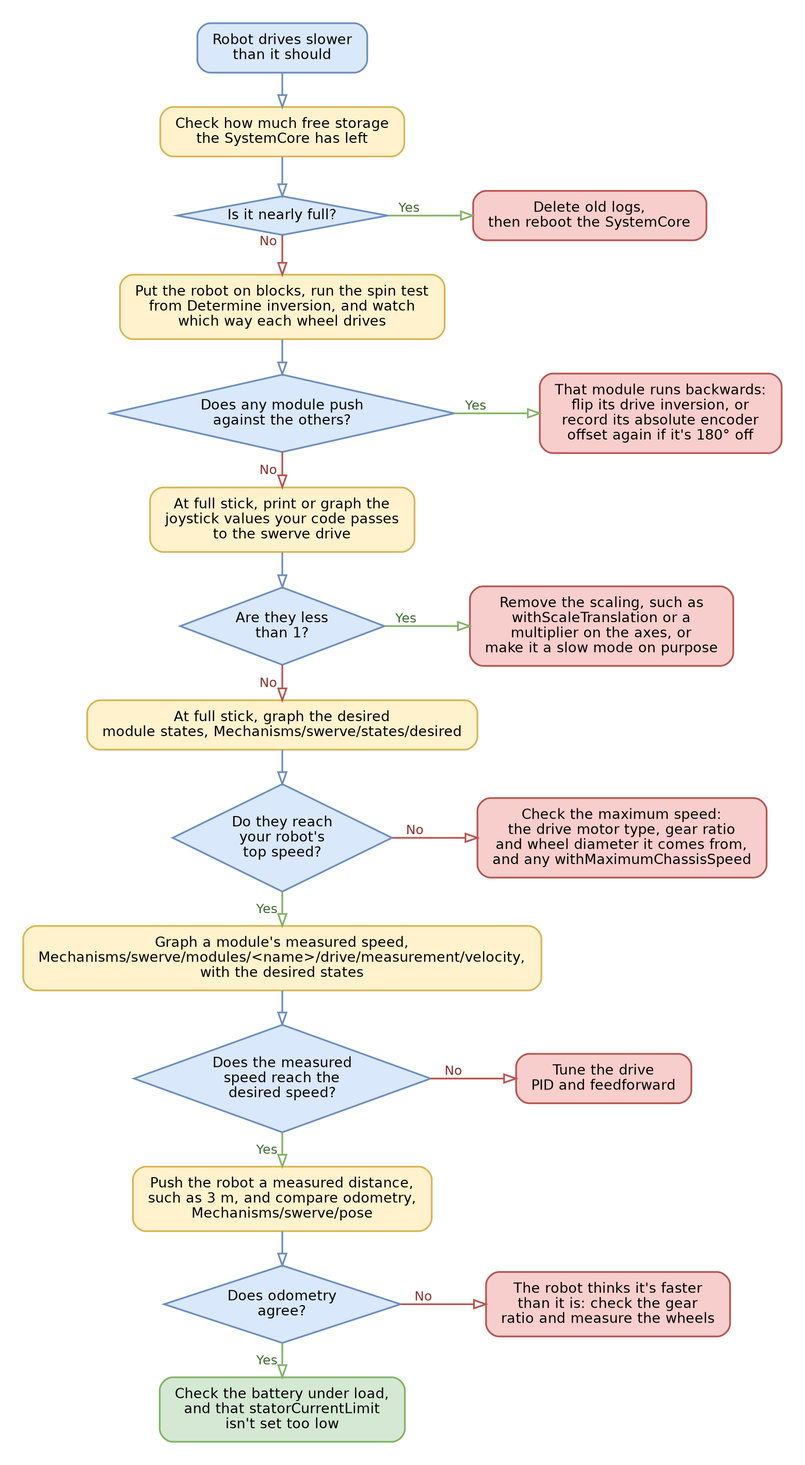
Before: .gitbook/assets/yagsl-flowchart-slow.png, a diagram exported from Graphviz (Yet-Another-Software-Suite/YAGSL-gitbook). Its source is kept beside it as .gitbook/assets/yagsl-flowchart-slow.dot.
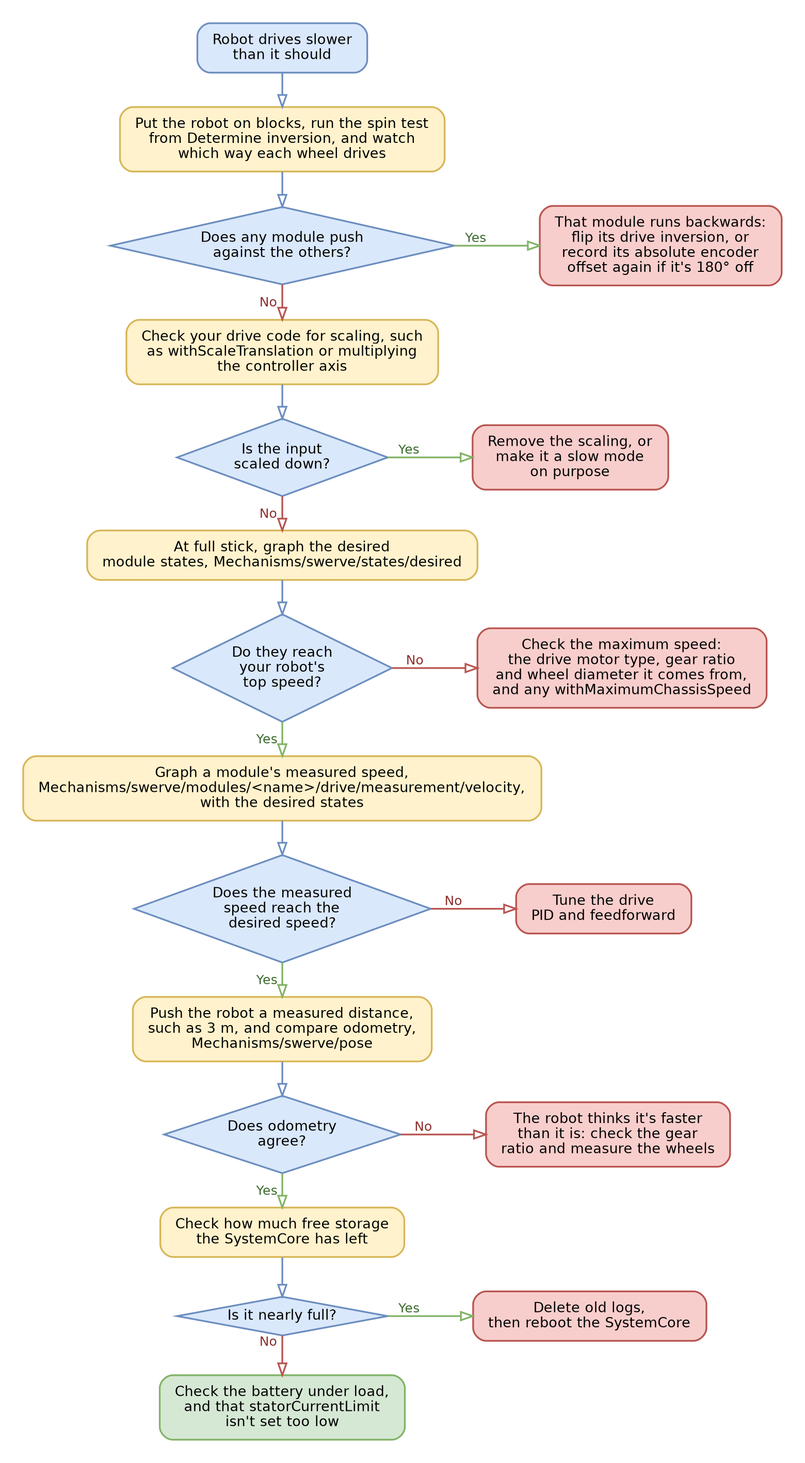
Later version of the same file.

Commit message:
Flowcharts: storage last for a slow robot, simpler scaling check, loop overruns at startup are normal, locations in inches, encoder too far from the magnet, drive-straight check is for angle gearing

Diff of the diagram source:
```diff
@@ -4,48 +4,48 @@
   edge  [fontname="DejaVu Sans", fontsize=12, penwidth=1.6, arrowhead=onormal, arrowsize=1.1];
   graph [nodesep=1.1];
   s [label="Robot drives slower\nthan it should", shape=box, style="rounded,filled", fillcolor="#dae8fc", color="#6c8ebf"];
-  h1 [label="Check how much free storage\nthe SystemCore has left", shape=box, style="rounded,filled", fillcolor="#fff2cc", color="#d6b656"];
-  q1 [label="Is it nearly full?", shape=diamond, style=filled, fillcolor="#dae8fc", color="#6c8ebf", margin="0.05,0.05"];
-  f1 [label="Delete old logs,\nthen reboot the SystemCore", shape=box, style="rounded,filled", fillcolor="#f8cecc", color="#b85450"];
+  h1 [label="Put the robot on blocks, run the spin test\nfrom Determine inversion, and watch\nwhich way each wheel drives", shape=box, style="rounded,filled", fillcolor="#fff2cc", color="#d6b656"];
+  q1 [label="Does any module push\nagainst the others?", shape=diamond, style=filled, fillcolor="#dae8fc", color="#6c8ebf", margin="0.05,0.05"];
+  f1 [label="That module runs backwards:\nflip its drive inversion, or\nrecord its absolute encoder\noffset again if it's 180° off", shape=box, style="rounded,filled", fillcolor="#f8cecc", color="#b85450"];
   {rank=same; q1; f1;}
   s -> h1 [color="#6c8ebf", weight=10];
   h1 -> q1 [color="#6c8ebf", weight=10];
   q1 -> f1 [xlabel=" Yes ", color="#82b366", fontcolor="#3d6b2f"];
   q1 -> h2 [xlabel=" No ", color="#b85450", fontcolor="#8c2f2b", weight=10];
-  h2 [label="Put the robot on blocks, run the spin test\nfrom Determine inversion, and watch\nwhich way each wheel drives", shape=box, style="rounded,filled", fillcolor="#fff2cc", color="#d6b656"];
-  q2 [label="Does any module push\nagainst the others?", shape=diamond, style=filled, fillcolor="#dae8fc", color="#6c8ebf", margin="0.05,0.05"];
-  f2 [label="That module runs backwards:\nflip its drive inversion, or\nrecord its absolute encoder\noffset again if it's 180° off", shape=box, style="rounded,filled", fillcolor="#f8cecc", color="#b85450"];
+  h2 [label="Check your drive code for scaling, such\nas withScaleTranslation or multiplying\nthe controller axis", shape=box, style="rounded,filled", fillcolor="#fff2cc", color="#d6b656"];
+  q2 [label="Is the input\nscaled down?", shape=diamond, style=filled, fillcolor="#dae8fc", color="#6c8ebf", margin="0.05,0.05"];
+  f2 [label="Remove the scaling, or\nmake it a slow mode\non purpose", shape=box, style="rounded,filled", fillcolor="#f8cecc", color="#b85450"];
   {rank=same; q2; f2;}
   h2 -> q2 [color="#6c8ebf", weight=10];
   q2 -> f2 [xlabel=" Yes ", color="#82b366", fontcolor="#3d6b2f"];
   q2 -> h3 [xlabel=" No ", color="#b85450", fontcolor="#8c2f2b", weight=10];
-  h3 [label="At full stick, print or graph the\njoystick values your code passes\nto the swerve drive", shape=box, style="rounded,filled", fillcolor="#fff2cc", color="#d6b656"];
-  q3 [label="Are they less\nthan 1?", shape=diamond, style=filled, fillcolor="#dae8fc", color="#6c8ebf", margin="0.05,0.05"];
-  f3 [label="Remove the scaling, such as\nwithScaleTranslation or a\nmultiplier on the axes, or\nmake it a slow mode on purpose", shape=box, style="rounded,filled", fillcolor="#f8cecc", color="#b85450"];
+  h3 [label="At full stick, graph the desired\nmodule states, Mechanisms/swerve/states/desired", shape=box, style="rounded,filled", fillcolor="#fff2cc", color="#d6b656"];
+  q3 [label="Do they reach\nyour robot's\ntop speed?", shape=diamond, style=filled, fillcolor="#dae8fc", color="#6c8ebf", margin="0.05,0.05"];
+  f3 [label="Check the maximum speed:\nthe drive motor type, gear ratio\nand wheel diameter it comes from,\nand any withMaximumChassisSpeed", shape=box, style="rounded,filled", fillcolor="#f8cecc", color="#b85450"];
   {rank=same; q3; f3;}
   h3 -> q3 [color="#6c8ebf", weight=10];
-  q3 -> f3 [xlabel=" Yes ", color="#82b366", fontcolor="#3d6b2f"];
-  q3 -> h4 [xlabel=" No ", color="#b85450", fontcolor="#8c2f2b", weight=10];
-  h4 [label="At full stick, graph the desired\nmodule states, Mechanisms/swerve/states/desired", shape=box, style="rounded,filled", fillcolor="#fff2cc", color="#d6b656"];
-  q4 [label="Do they reach\nyour robot's\ntop speed?", shape=diamond, style=filled, fillcolor="#dae8fc", color="#6c8ebf", margin="0.05,0.05"];
-  f4 [label="Check the maximum speed:\nthe drive motor type, gear ratio\nand wheel diameter it comes from,\nand any withMaximumChassisSpeed", shape=box, style="rounded,filled", fillcolor="#f8cecc", color="#b85450"];
+  q3 -> f3 [xlabel=" No ", color="#b85450", fontcolor="#8c2f2b"];
+  q3 -> h4 [xlabel=" Yes ", color="#82b366", fontcolor="#3d6b2f", weight=10];
+  h4 [label="Graph a module's measured speed,\nMechanisms/swerve/modules/<name>/drive/measurement/velocity,\nwith the desired states", shape=box, style="rounded,filled", fillcolor="#fff2cc", color="#d6b656"];
+  q4 [label="Does the measured\nspeed reach the\ndesired speed?", shape=diamond, style=filled, fillcolor="#dae8fc", color="#6c8ebf", margin="0.05,0.05"];
+  f4 [label="Tune the drive\nPID and feedforward", shape=box, style="rounded,filled", fillcolor="#f8cecc", color="#b85450"];
   {rank=same; q4; f4;}
   h4 -> q4 [color="#6c8ebf", weight=10];
   q4 -> f4 [xlabel=" No ", color="#b85450", fontcolor="#8c2f2b"];
   q4 -> h5 [xlabel=" Yes ", color="#82b366", fontcolor="#3d6b2f", weight=10];
-  h5 [label="Graph a module's measured speed,\nMechanisms/swerve/modules/<name>/drive/measurement/velocity,\nwith the desired states", shape=box, style="rounded,filled", fillcolor="#fff2cc", color="#d6b656"];
-  q5 [label="Does the measured\nspeed reach the\ndesired speed?", shape=diamond, style=filled, fillcolor="#dae8fc", color="#6c8ebf", margin="0.05,0.05"];
-  f5 [label="Tune the drive\nPID and feedforward", shape=box, style="rounded,filled", fillcolor="#f8cecc", color="#b85450"];
+  h5 [label="Push the robot a measured distance,\nsuch as 3 m, and compare odometry,\nMechanisms/swerve/pose", shape=box, style="rounded,filled", fillcolor="#fff2cc", color="#d6b656"];
+  q5 [label="Does odometry\nagree?", shape=diamond, style=filled, fillcolor="#dae8fc", color="#6c8ebf", margin="0.05,0.05"];
+  f5 [label="The robot thinks it's faster\nthan it is: check the gear\nratio and measure the wheels", shape=box, style="rounded,filled", fillcolor="#f8cecc", color="#b85450"];
   {rank=same; q5; f5;}
   h5 -> q5 [color="#6c8ebf", weight=10];
   q5 -> f5 [xlabel=" No ", color="#b85450", fontcolor="#8c2f2b"];
   q5 -> h6 [xlabel=" Yes ", color="#82b366", fontcolor="#3d6b2f", weight=10];
-  h6 [label="Push the robot a measured distance,\nsuch as 3 m, and compare odometry,\nMechanisms/swerve/pose", shape=box, style="rounded,filled", fillcolor="#fff2cc", color="#d6b656"];
-  q6 [label="Does odometry\nagree?", shape=diamond, style=filled, fillcolor="#dae8fc", color="#6c8ebf", margin="0.05,0.05"];
-  f6 [label="The robot thinks it's faster\nthan it is: check the gear\nratio and measure the wheels", shape=box, style="rounded,filled", fillcolor="#f8cecc", color="#b85450"];
+  h6 [label="Check how much free storage\nthe SystemCore has left", shape=box, style="rounded,filled", fillcolor="#fff2cc", color="#d6b656"];
+  q6 [label="Is it nearly full?", shape=diamond, style=filled, fillcolor="#dae8fc", color="#6c8ebf", margin="0.05,0.05"];
+  f6 [label="Delete old logs,\nthen reboot the SystemCore", shape=box, style="rounded,filled", fillcolor="#f8cecc", color="#b85450"];
   {rank=same; q6; f6;}
   h6 -> q6 [color="#6c8ebf", weight=10];
-  q6 -> f6 [xlabel=" No ", color="#b85450", fontcolor="#8c2f2b"];
-  q6 -> d [xlabel=" Yes ", color="#82b366", fontcolor="#3d6b2f", weight=10];
+  q6 -> f6 [xlabel=" Yes ", color="#82b366", fontcolor="#3d6b2f"];
+  q6 -> d [xlabel=" No ", color="#b85450", fontcolor="#8c2f2b", weight=10];
   d [label="Check the battery under load,\nand that statorCurrentLimit\nisn't set too low", shape=box, style="rounded,filled", fillcolor="#d5e8d4", color="#82b366"];
 }
```
